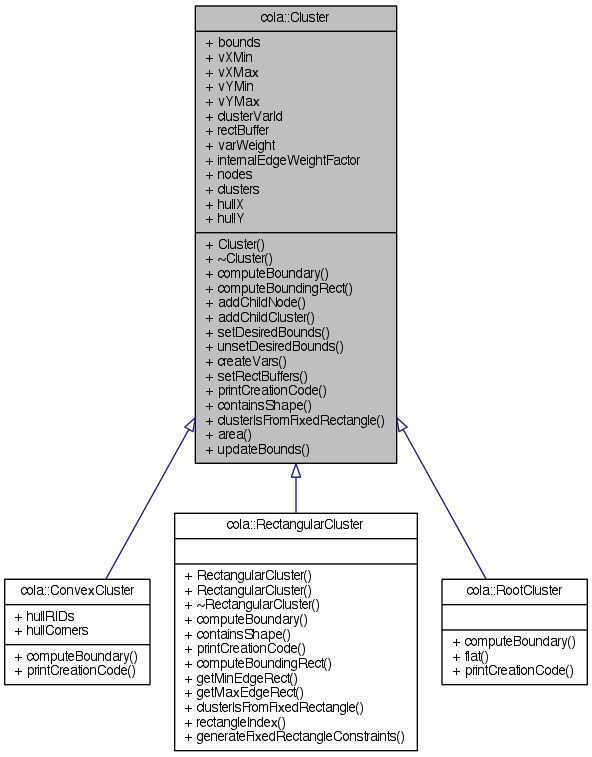
Earlier version of the Graphviz export documentation/classcola_1_1Cluster__inherit__graph.png (mjwybrow/adaptagrams). Its source is kept beside it as documentation/classcola_1_1Cluster__inherit__graph.dot.
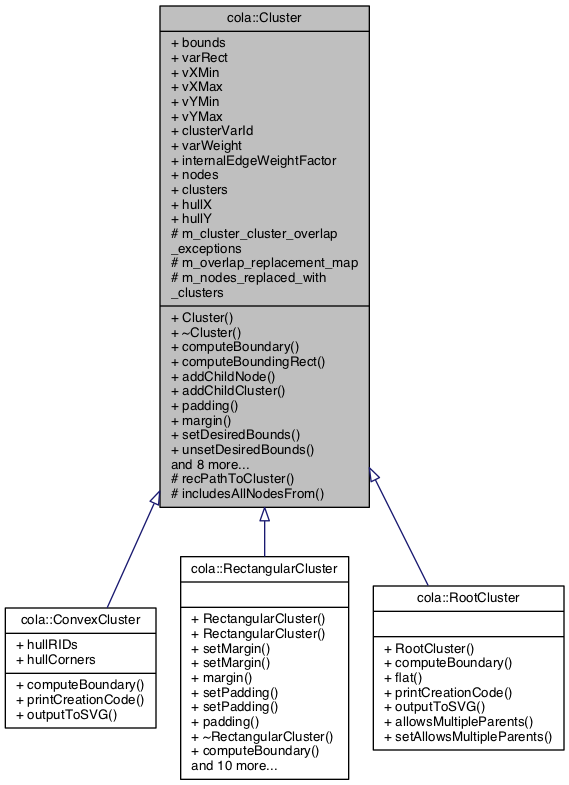
The same diagram one commit later.

Change to the diagram source:
```diff
@@ -2,11 +2,11 @@
 {
   edge [fontname="Helvetica",fontsize="10",labelfontname="Helvetica",labelfontsize="10"];
   node [fontname="Helvetica",fontsize="10",shape=record];
-  Node1 [label="{cola::Cluster\n|+ bounds\l+ vXMin\l+ vXMax\l+ vYMin\l+ vYMax\l+ clusterVarId\l+ rectBuffer\l+ varWeight\l+ internalEdgeWeightFactor\l+ nodes\l+ clusters\l+ hullX\l+ hullY\l|+ Cluster()\l+ ~Cluster()\l+ computeBoundary()\l+ computeBoundingRect()\l+ addChildNode()\l+ addChildCluster()\l+ setDesiredBounds()\l+ unsetDesiredBounds()\l+ createVars()\l+ setRectBuffers()\l+ printCreationCode()\l+ containsShape()\l+ clusterIsFromFixedRectangle()\l+ area()\l+ updateBounds()\l}",height=0.2,width=0.4,color="black", fillcolor="grey75", style="filled" fontcolor="black"];
+  Node1 [label="{cola::Cluster\n|+ bounds\l+ varRect\l+ vXMin\l+ vXMax\l+ vYMin\l+ vYMax\l+ clusterVarId\l+ varWeight\l+ internalEdgeWeightFactor\l+ nodes\l+ clusters\l+ hullX\l+ hullY\l# m_cluster_cluster_overlap\l_exceptions\l# m_overlap_replacement_map\l# m_nodes_replaced_with\l_clusters\l|+ Cluster()\l+ ~Cluster()\l+ computeBoundary()\l+ computeBoundingRect()\l+ addChildNode()\l+ addChildCluster()\l+ padding()\l+ margin()\l+ setDesiredBounds()\l+ unsetDesiredBounds()\land 8 more...\l# recPathToCluster()\l# includesAllNodesFrom()\l}",height=0.2,width=0.4,color="black", fillcolor="grey75", style="filled", fontcolor="black"];
   Node1 -> Node2 [dir="back",color="midnightblue",fontsize="10",style="solid",arrowtail="onormal",fontname="Helvetica"];
-  Node2 [label="{cola::ConvexCluster\n|+ hullRIDs\l+ hullCorners\l|+ computeBoundary()\l+ printCreationCode()\l}",height=0.2,width=0.4,color="black", fillcolor="white", style="filled",URL="$classcola_1_1ConvexCluster.html",tooltip="Defines a cluster that will be treated as a convex boundary around the child nodes and clusters..."];
+  Node2 [label="{cola::ConvexCluster\n|+ hullRIDs\l+ hullCorners\l|+ computeBoundary()\l+ printCreationCode()\l+ outputToSVG()\l}",height=0.2,width=0.4,color="black", fillcolor="white", style="filled",URL="$classcola_1_1ConvexCluster.html",tooltip="Defines a cluster that will be treated as a convex boundary around the child nodes and clusters..."];
   Node1 -> Node3 [dir="back",color="midnightblue",fontsize="10",style="solid",arrowtail="onormal",fontname="Helvetica"];
-  Node3 [label="{cola::RectangularCluster\n||+ RectangularCluster()\l+ RectangularCluster()\l+ ~RectangularCluster()\l+ computeBoundary()\l+ containsShape()\l+ printCreationCode()\l+ computeBoundingRect()\l+ getMinEdgeRect()\l+ getMaxEdgeRect()\l+ clusterIsFromFixedRectangle()\l+ rectangleIndex()\l+ generateFixedRectangleConstraints()\l}",height=0.2,width=0.4,color="black", fillcolor="white", style="filled",URL="$classcola_1_1RectangularCluster.html",tooltip="Defines a rectangular cluster, either variable-sized with floating sides or a fixed size based on a p..."];
+  Node3 [label="{cola::RectangularCluster\n||+ RectangularCluster()\l+ RectangularCluster()\l+ setMargin()\l+ setMargin()\l+ margin()\l+ setPadding()\l+ setPadding()\l+ padding()\l+ ~RectangularCluster()\l+ computeBoundary()\land 10 more...\l}",height=0.2,width=0.4,color="black", fillcolor="white", style="filled",URL="$classcola_1_1RectangularCluster.html",tooltip="Defines a rectangular cluster, either variable-sized with floating sides or a fixed size based on a p..."];
   Node1 -> Node4 [dir="back",color="midnightblue",fontsize="10",style="solid",arrowtail="onormal",fontname="Helvetica"];
-  Node4 [label="{cola::RootCluster\n||+ computeBoundary()\l+ flat()\l+ printCreationCode()\l}",height=0.2,width=0.4,color="black", fillcolor="white", style="filled",URL="$classcola_1_1RootCluster.html",tooltip="Holds the cluster hierarchy specification for a diagram."];
+  Node4 [label="{cola::RootCluster\n||+ RootCluster()\l+ computeBoundary()\l+ flat()\l+ printCreationCode()\l+ outputToSVG()\l+ allowsMultipleParents()\l+ setAllowsMultipleParents()\l}",height=0.2,width=0.4,color="black", fillcolor="white", style="filled",URL="$classcola_1_1RootCluster.html",tooltip="Holds the cluster hierarchy specification for a diagram. "];
 }
```
